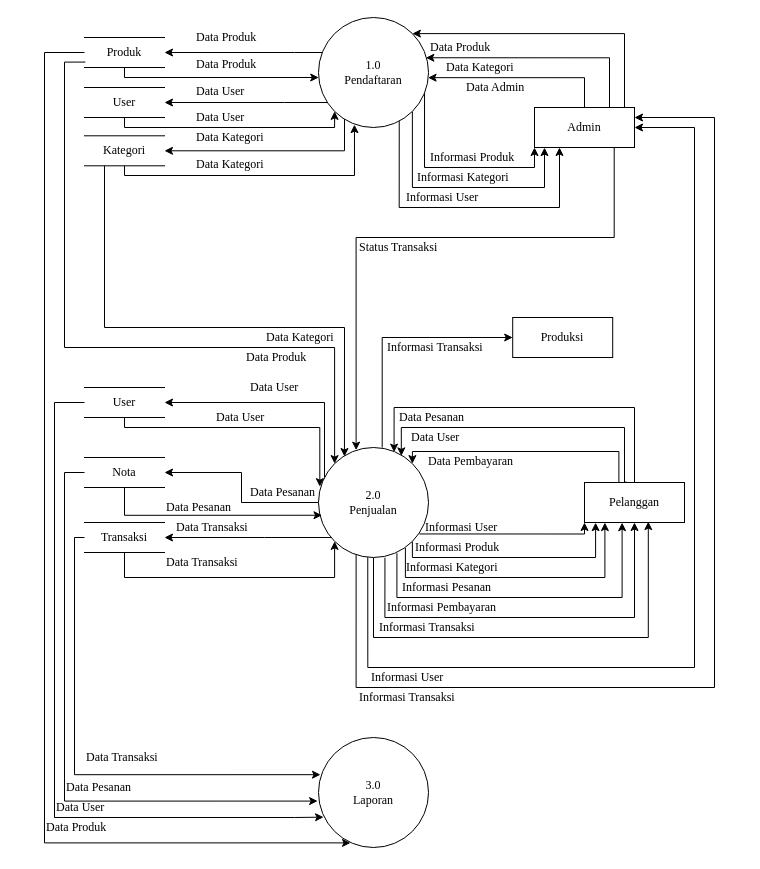
Earlier version of the draw.io diagram page "DFD Level 0 Revisi" (19 of 19) of TA.drawio (angelinahandini/TA). Source tidied: cells renumbered, new cells numbered last; positions are measured from the earlier drawing's top-left corner, leaving out a move shared by most shapes. Both pictures are drawn from the tidied source at 100%, with x=0, y=0 at pixel (44, 17).
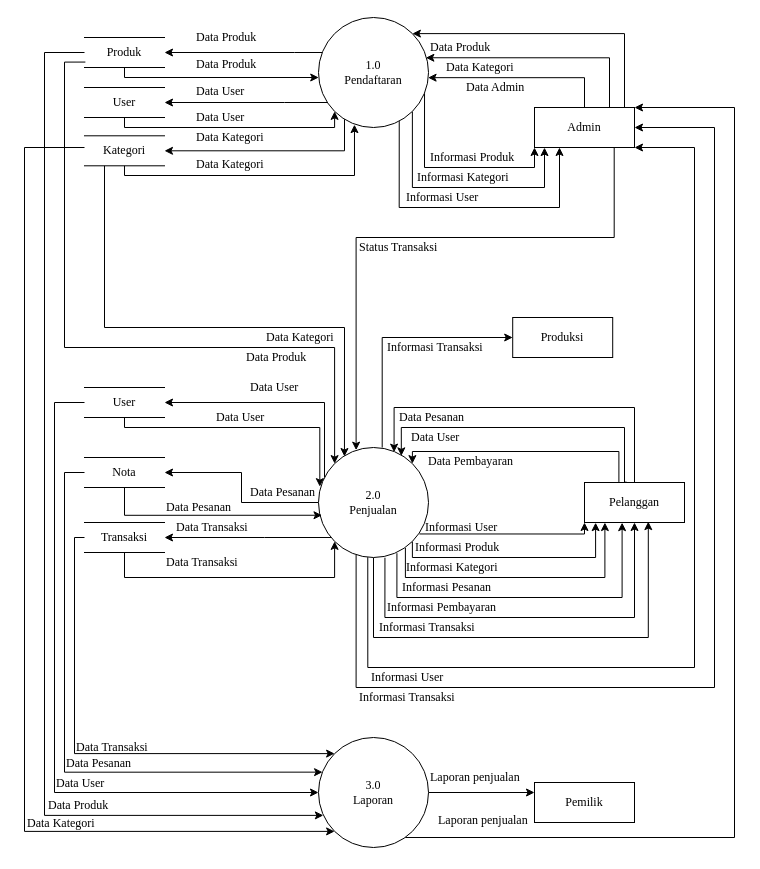
After the change.

The change refers to these unchanged cells:
```xml
<mxCell id="12" value="Produk" style="shape=partialRectangle;whiteSpace=wrap;html=1;top=0;bottom=0;fillColor=none;direction=south;fontFamily=Times New Roman;" parent="1" vertex="1">
  <mxGeometry x="40" y="20" width="80" height="30" as="geometry" />
</mxCell>
<mxCell id="28" value="Admin" style="whiteSpace=wrap;html=1;align=center;fontFamily=Times New Roman;" parent="1" vertex="1">
  <mxGeometry x="490" y="90" width="100" height="40" as="geometry" />
</mxCell>
<mxCell id="47" value="2.0&lt;br&gt;Penjualan" style="ellipse;whiteSpace=wrap;html=1;verticalAlign=middle;fontFamily=Times New Roman;" parent="1" vertex="1">
  <mxGeometry x="274" y="430" width="110" height="110" as="geometry" />
</mxCell>
<mxCell id="59" value="Transaksi" style="shape=partialRectangle;whiteSpace=wrap;html=1;top=0;bottom=0;fillColor=none;direction=south;fontFamily=Times New Roman;" parent="1" vertex="1">
  <mxGeometry x="40" y="505" width="80" height="30" as="geometry" />
</mxCell>
<mxCell id="74" value="User" style="shape=partialRectangle;whiteSpace=wrap;html=1;top=0;bottom=0;fillColor=none;direction=south;fontFamily=Times New Roman;" parent="1" vertex="1">
  <mxGeometry x="40" y="370" width="80" height="30" as="geometry" />
</mxCell>
<mxCell id="79" value="Nota" style="shape=partialRectangle;whiteSpace=wrap;html=1;top=0;bottom=0;fillColor=none;direction=south;fontFamily=Times New Roman;" parent="1" vertex="1">
  <mxGeometry x="40" y="440" width="80" height="30" as="geometry" />
</mxCell>
<mxCell id="83" value="3.0&lt;br&gt;Laporan" style="ellipse;whiteSpace=wrap;html=1;verticalAlign=middle;fontFamily=Times New Roman;" parent="1" vertex="1">
  <mxGeometry x="274" y="720" width="110" height="110" as="geometry" />
</mxCell>
```

Diff of the diagram source:
```diff
@@
-    <mxCell id="11" style="edgeStyle=orthogonalEdgeStyle;rounded=0;jettySize=auto;html=1;entryX=0.291;entryY=0.958;entryDx=0;entryDy=0;entryPerimeter=0;" parent="1" edge="1" source="12" target="83">
+    <mxCell id="11" style="edgeStyle=orthogonalEdgeStyle;rounded=0;jettySize=auto;html=1;entryX=0.044;entryY=0.708;entryDx=0;entryDy=0;entryPerimeter=0;" parent="1" edge="1" source="12" target="83">
       <mxGeometry relative="1" as="geometry">
         <Array as="points">
           <mxPoint y="35" />
-          <mxPoint y="825" />
+          <mxPoint y="798" />
         </Array>
       </mxGeometry>
     </mxCell>
@@
+    <mxCell id="88" style="edgeStyle=orthogonalEdgeStyle;rounded=0;jettySize=auto;html=1;entryX=0;entryY=1;entryDx=0;entryDy=0;" parent="1" edge="1" target="83">
+      <mxGeometry relative="1" as="geometry">
+        <mxPoint x="40" y="130" as="sourcePoint" />
+        <Array as="points">
+          <mxPoint x="-20" y="130" />
+          <mxPoint x="-20" y="814" />
+        </Array>
+      </mxGeometry>
+    </mxCell>
@@
-    <mxCell id="39" style="edgeStyle=orthogonalEdgeStyle;rounded=0;jettySize=auto;html=1;entryX=1;entryY=0.5;entryDx=0;entryDy=0;exitX=0.448;exitY=0.994;exitDx=0;exitDy=0;exitPerimeter=0;" parent="1" edge="1" source="47" target="28">
+    <mxCell id="39" style="edgeStyle=orthogonalEdgeStyle;rounded=0;jettySize=auto;html=1;entryX=1;entryY=1;entryDx=0;entryDy=0;exitX=0.448;exitY=0.994;exitDx=0;exitDy=0;exitPerimeter=0;" parent="1" edge="1" source="47" target="28">
       <mxGeometry relative="1" as="geometry">
         <Array as="points">
           <mxPoint x="323" y="650" />
           <mxPoint x="650" y="650" />
-          <mxPoint x="650" y="110" />
+          <mxPoint x="650" y="130" />
         </Array>
       </mxGeometry>
     </mxCell>
@@
-    <mxCell id="41" style="edgeStyle=orthogonalEdgeStyle;rounded=0;jettySize=auto;html=1;entryX=1;entryY=0.25;entryDx=0;entryDy=0;exitX=0.342;exitY=0.976;exitDx=0;exitDy=0;exitPerimeter=0;" parent="1" edge="1" source="47" target="28">
+    <mxCell id="41" style="edgeStyle=orthogonalEdgeStyle;rounded=0;jettySize=auto;html=1;entryX=1;entryY=0.5;entryDx=0;entryDy=0;exitX=0.342;exitY=0.976;exitDx=0;exitDy=0;exitPerimeter=0;" parent="1" edge="1" source="47" target="28">
       <mxGeometry relative="1" as="geometry">
         <Array as="points">
           <mxPoint x="312" y="670" />
           <mxPoint x="670" y="670" />
-          <mxPoint x="670" y="100" />
+          <mxPoint x="670" y="110" />
         </Array>
       </mxGeometry>
     </mxCell>
@@
-    <mxCell id="58" style="edgeStyle=orthogonalEdgeStyle;rounded=0;jettySize=auto;html=1;entryX=0.018;entryY=0.338;entryDx=0;entryDy=0;entryPerimeter=0;" parent="1" edge="1" source="59" target="83">
+    <mxCell id="58" style="edgeStyle=orthogonalEdgeStyle;rounded=0;jettySize=auto;html=1;entryX=0;entryY=0;entryDx=0;entryDy=0;" parent="1" edge="1" source="59" target="83">
       <mxGeometry relative="1" as="geometry">
         <Array as="points">
           <mxPoint x="30" y="520" />
-          <mxPoint x="30" y="757" />
+          <mxPoint x="30" y="736" />
         </Array>
       </mxGeometry>
     </mxCell>
@@
-    <mxCell id="73" style="edgeStyle=orthogonalEdgeStyle;rounded=0;jettySize=auto;html=1;entryX=0.046;entryY=0.724;entryDx=0;entryDy=0;entryPerimeter=0;" parent="1" edge="1" source="74" target="83">
+    <mxCell id="73" style="edgeStyle=orthogonalEdgeStyle;rounded=0;jettySize=auto;html=1;entryX=0;entryY=0.5;entryDx=0;entryDy=0;" parent="1" edge="1" source="74" target="83">
       <mxGeometry relative="1" as="geometry">
         <Array as="points">
           <mxPoint x="10" y="385" />
-          <mxPoint x="10" y="800" />
-          <mxPoint x="250" y="800" />
+          <mxPoint x="10" y="775" />
         </Array>
       </mxGeometry>
     </mxCell>
@@
-    <mxCell id="78" style="edgeStyle=orthogonalEdgeStyle;rounded=0;jettySize=auto;html=1;entryX=-0.008;entryY=0.578;entryDx=0;entryDy=0;entryPerimeter=0;" parent="1" edge="1" source="79" target="83">
+    <mxCell id="78" style="edgeStyle=orthogonalEdgeStyle;rounded=0;jettySize=auto;html=1;entryX=0.037;entryY=0.315;entryDx=0;entryDy=0;entryPerimeter=0;" parent="1" edge="1" source="79" target="83">
       <mxGeometry relative="1" as="geometry">
         <Array as="points">
           <mxPoint x="20" y="455" />
-          <mxPoint x="20" y="784" />
+          <mxPoint x="20" y="755" />
         </Array>
       </mxGeometry>
     </mxCell>
@@
+    <mxCell id="89" style="edgeStyle=orthogonalEdgeStyle;rounded=0;jettySize=auto;html=1;entryX=0;entryY=0.25;entryDx=0;entryDy=0;" parent="1" edge="1" source="83" target="92">
+      <mxGeometry relative="1" as="geometry" />
+    </mxCell>
+    <mxCell id="90" style="edgeStyle=orthogonalEdgeStyle;rounded=0;jettySize=auto;html=1;entryX=1;entryY=0;entryDx=0;entryDy=0;" parent="1" edge="1" source="83" target="28">
+      <mxGeometry relative="1" as="geometry">
+        <Array as="points">
+          <mxPoint x="690" y="820" />
+          <mxPoint x="690" y="90" />
+        </Array>
+      </mxGeometry>
+    </mxCell>
@@
     <mxCell id="84" value="Data Produk" style="text;html=1;strokeColor=none;fillColor=none;align=left;verticalAlign=middle;whiteSpace=wrap;rounded=0;fontFamily=Times New Roman;" parent="1" vertex="1">
-      <mxGeometry y="800" width="70" height="20" as="geometry" />
+      <mxGeometry x="2" y="778" width="70" height="20" as="geometry" />
     </mxCell>
     <mxCell id="85" value="Data User" style="text;html=1;strokeColor=none;fillColor=none;align=left;verticalAlign=middle;whiteSpace=wrap;rounded=0;fontFamily=Times New Roman;" parent="1" vertex="1">
-      <mxGeometry x="10" y="780" width="70" height="20" as="geometry" />
+      <mxGeometry x="10" y="756" width="70" height="20" as="geometry" />
     </mxCell>
     <mxCell id="86" value="Data Pesanan" style="text;html=1;strokeColor=none;fillColor=none;align=left;verticalAlign=middle;whiteSpace=wrap;rounded=0;fontFamily=Times New Roman;" parent="1" vertex="1">
-      <mxGeometry x="20" y="760" width="70" height="20" as="geometry" />
+      <mxGeometry x="20" y="736" width="70" height="20" as="geometry" />
     </mxCell>
     <mxCell id="87" value="Data Transaksi" style="text;html=1;strokeColor=none;fillColor=none;align=left;verticalAlign=middle;whiteSpace=wrap;rounded=0;fontFamily=Times New Roman;" parent="1" vertex="1">
-      <mxGeometry x="40" y="730" width="80" height="20" as="geometry" />
+      <mxGeometry x="30" y="720" width="80" height="20" as="geometry" />
     </mxCell>
+    <mxCell id="91" value="Data Kategori" style="text;html=1;strokeColor=none;fillColor=none;align=left;verticalAlign=middle;whiteSpace=wrap;rounded=0;fontFamily=Times New Roman;" parent="1" vertex="1">
+      <mxGeometry x="-19" y="796" width="90" height="20" as="geometry" />
+    </mxCell>
+    <mxCell id="92" value="Pemilik" style="whiteSpace=wrap;html=1;align=center;fontFamily=Times New Roman;" parent="1" vertex="1">
+      <mxGeometry x="490" y="765" width="100" height="40" as="geometry" />
+    </mxCell>
+    <mxCell id="93" value="Laporan penjualan" style="text;html=1;strokeColor=none;fillColor=none;align=left;verticalAlign=middle;whiteSpace=wrap;rounded=0;fontFamily=Times New Roman;" parent="1" vertex="1">
+      <mxGeometry x="384" y="750" width="96" height="20" as="geometry" />
+    </mxCell>
+    <mxCell id="94" value="Laporan penjualan" style="text;html=1;strokeColor=none;fillColor=none;align=left;verticalAlign=middle;whiteSpace=wrap;rounded=0;fontFamily=Times New Roman;" parent="1" vertex="1">
+      <mxGeometry x="392" y="793" width="96" height="20" as="geometry" />
+    </mxCell>
```
